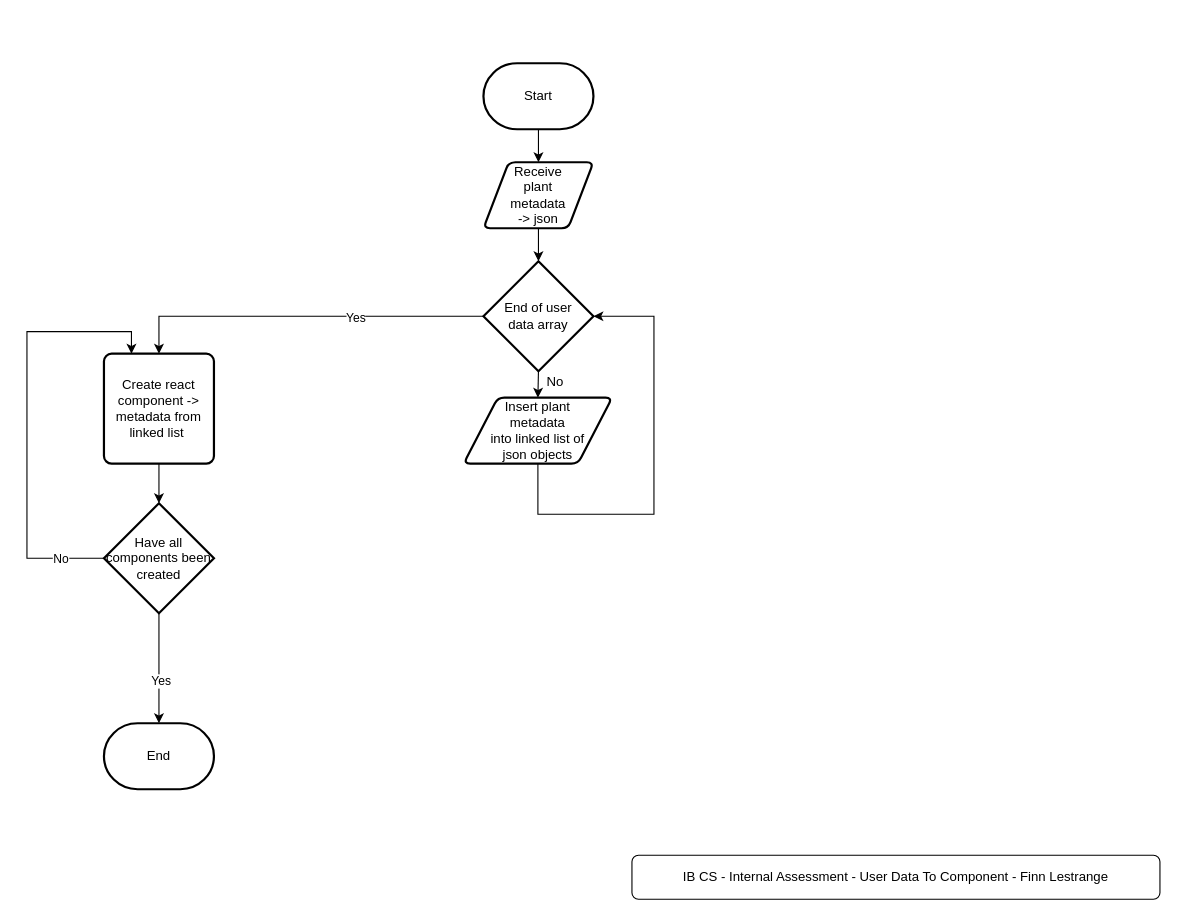
The draw.io diagram Diagrams and Flowcharts/UserDataToComponent.drawio in 71xn/ibcs-ia, before the edit. Source tidied: cells renumbered, new cells numbered last; positions are measured from the earlier drawing's top-left corner, leaving out a move shared by most shapes. Both pictures are drawn from the tidied source at 110%, with x=0, y=0 at pixel (26, 63).
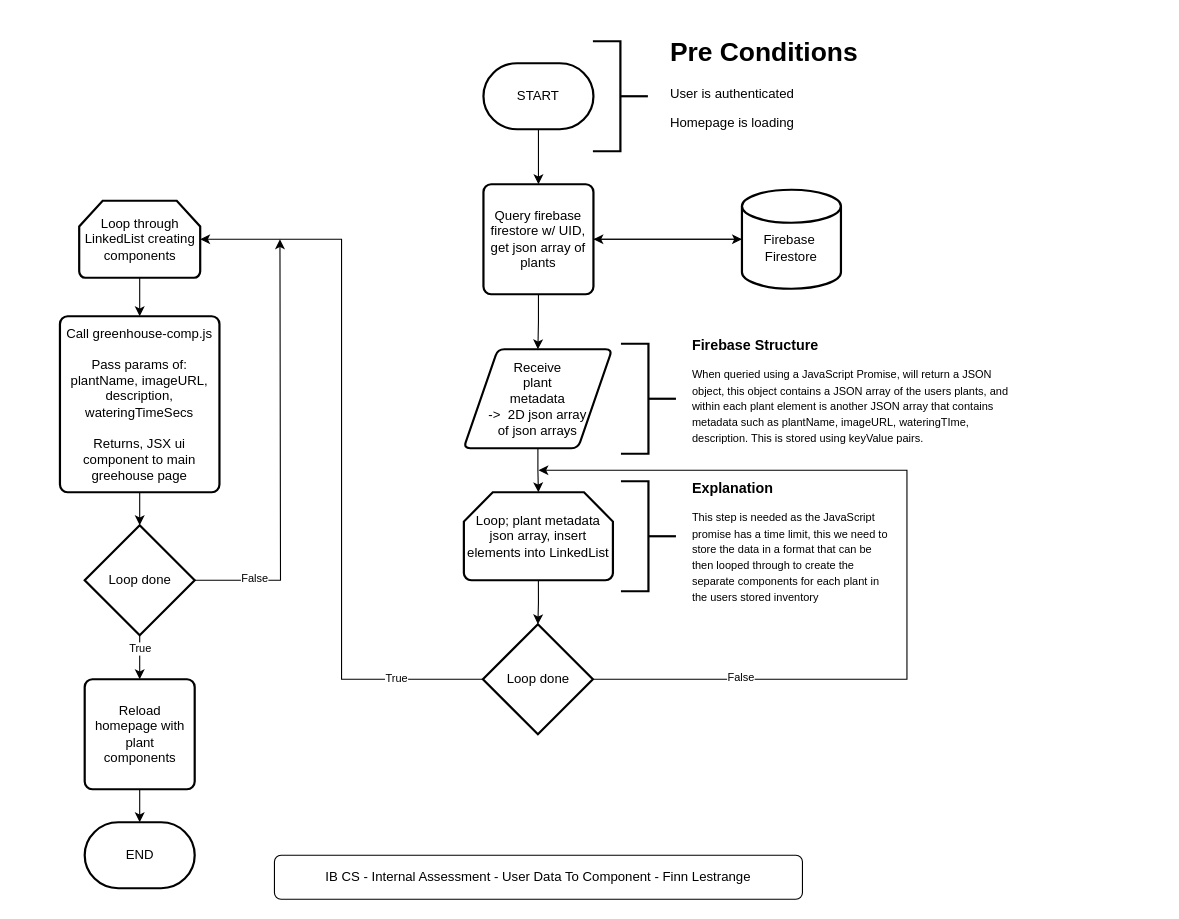
The same page after the edit.

What changed in the source:
```diff
@@
     <mxCell id="2" value="IB CS - Internal Assessment - User Data To Component - Finn Lestrange" style="rounded=1;whiteSpace=wrap;html=1;" parent="1" vertex="1">
-      <mxGeometry x="550" y="720" width="480" height="40" as="geometry" />
+      <mxGeometry x="225" y="720" width="480" height="40" as="geometry" />
     </mxCell>
-    <mxCell id="3" style="edgeStyle=orthogonalEdgeStyle;rounded=0;jettySize=auto;html=1;exitX=0.5;exitY=1;exitDx=0;exitDy=0;exitPerimeter=0;entryX=0.5;entryY=0;entryDx=0;entryDy=0;" parent="1" edge="1" source="4" target="6">
-      <mxGeometry relative="1" as="geometry" />
-    </mxCell>
+    <mxCell id="22" style="edgeStyle=orthogonalEdgeStyle;rounded=0;jettySize=auto;html=1;exitX=0.5;exitY=1;exitDx=0;exitDy=0;exitPerimeter=0;entryX=0.5;entryY=0;entryDx=0;entryDy=0;" parent="1" edge="1" source="4" target="26">
+      <mxGeometry relative="1" as="geometry" />
+    </mxCell>
-    <mxCell id="4" value="Start" style="strokeWidth=2;html=1;shape=mxgraph.flowchart.terminator;whiteSpace=wrap;" parent="1" vertex="1">
+    <mxCell id="4" value="START" style="strokeWidth=2;html=1;shape=mxgraph.flowchart.terminator;whiteSpace=wrap;" parent="1" vertex="1">
       <mxGeometry x="415" width="100" height="60" as="geometry" />
     </mxCell>
-    <mxCell id="5" style="edgeStyle=orthogonalEdgeStyle;rounded=0;jettySize=auto;html=1;exitX=0.5;exitY=1;exitDx=0;exitDy=0;entryX=0.5;entryY=0;entryDx=0;entryDy=0;entryPerimeter=0;" parent="1" edge="1" source="6" target="10">
-      <mxGeometry relative="1" as="geometry" />
-    </mxCell>
+    <mxCell id="23" style="edgeStyle=orthogonalEdgeStyle;rounded=0;jettySize=auto;html=1;exitX=0.5;exitY=1;exitDx=0;exitDy=0;entryX=0.5;entryY=0;entryDx=0;entryDy=0;entryPerimeter=0;" parent="1" edge="1" source="6" target="30">
+      <mxGeometry relative="1" as="geometry" />
+    </mxCell>
-    <mxCell id="6" value="Receive&lt;br&gt;plant &lt;br&gt;metadata&lt;br&gt;-&amp;gt; json" style="shape=parallelogram;html=1;strokeWidth=2;perimeter=parallelogramPerimeter;whiteSpace=wrap;rounded=1;arcSize=12;size=0.23;" parent="1" vertex="1">
-      <mxGeometry x="415" y="90" width="100" height="60" as="geometry" />
+    <mxCell id="6" value="Receive&lt;br&gt;plant &lt;br&gt;metadata&lt;br&gt;-&amp;gt;&amp;nbsp; 2D json array &lt;br&gt;of json arrays" style="shape=parallelogram;html=1;strokeWidth=2;perimeter=parallelogramPerimeter;whiteSpace=wrap;rounded=1;arcSize=12;size=0.23;" parent="1" vertex="1">
+      <mxGeometry x="397" y="260" width="135" height="90" as="geometry" />
     </mxCell>
-    <mxCell id="7" style="edgeStyle=orthogonalEdgeStyle;rounded=0;jettySize=auto;html=1;exitX=0;exitY=0.5;exitDx=0;exitDy=0;exitPerimeter=0;entryX=0.5;entryY=0;entryDx=0;entryDy=0;" parent="1" edge="1" source="10" target="16">
-      <mxGeometry relative="1" as="geometry" />
-    </mxCell>
-    <mxCell id="8" value="Yes" style="edgeLabel;html=1;align=center;verticalAlign=middle;" parent="7" vertex="1">
-      <mxGeometry x="-0.29" y="1" relative="1" as="geometry" />
-    </mxCell>
-    <mxCell id="9" style="edgeStyle=orthogonalEdgeStyle;rounded=0;jettySize=auto;html=1;exitX=0.5;exitY=1;exitDx=0;exitDy=0;exitPerimeter=0;entryX=0.5;entryY=0;entryDx=0;entryDy=0;" parent="1" edge="1" source="10" target="13">
-      <mxGeometry relative="1" as="geometry" />
-    </mxCell>
-    <mxCell id="10" value="End of user &lt;br&gt;data array" style="strokeWidth=2;html=1;shape=mxgraph.flowchart.decision;whiteSpace=wrap;" parent="1" vertex="1">
-      <mxGeometry x="415" y="180" width="100" height="100" as="geometry" />
-    </mxCell>
-    <mxCell id="11" value="End" style="strokeWidth=2;html=1;shape=mxgraph.flowchart.terminator;whiteSpace=wrap;" parent="1" vertex="1">
-      <mxGeometry x="70" y="600" width="100" height="60" as="geometry" />
-    </mxCell>
-    <mxCell id="12" style="edgeStyle=orthogonalEdgeStyle;rounded=0;jettySize=auto;html=1;exitX=0.5;exitY=1;exitDx=0;exitDy=0;entryX=1;entryY=0.5;entryDx=0;entryDy=0;entryPerimeter=0;" parent="1" edge="1" source="13" target="10">
-      <mxGeometry relative="1" as="geometry">
-        <Array as="points">
-          <mxPoint x="465" y="410" />
-          <mxPoint x="570" y="410" />
-          <mxPoint x="570" y="230" />
-        </Array>
-      </mxGeometry>
-    </mxCell>
-    <mxCell id="13" value="Insert plant &lt;br&gt;metadata&lt;br&gt;into linked list of &lt;br&gt;json objects" style="shape=parallelogram;html=1;strokeWidth=2;perimeter=parallelogramPerimeter;whiteSpace=wrap;rounded=1;arcSize=12;size=0.23;" parent="1" vertex="1">
-      <mxGeometry x="397" y="304" width="135" height="60" as="geometry" />
-    </mxCell>
-    <mxCell id="14" value="No" style="text;html=1;align=center;verticalAlign=middle;strokeColor=none;fillColor=none;" parent="1" vertex="1">
-      <mxGeometry x="465" y="280" width="30" height="20" as="geometry" />
-    </mxCell>
-    <mxCell id="15" style="edgeStyle=orthogonalEdgeStyle;rounded=0;jettySize=auto;html=1;exitX=0.5;exitY=1;exitDx=0;exitDy=0;entryX=0.5;entryY=0;entryDx=0;entryDy=0;entryPerimeter=0;" parent="1" edge="1" source="16" target="21">
-      <mxGeometry relative="1" as="geometry" />
-    </mxCell>
-    <mxCell id="16" value="Create react component -&amp;gt; metadata from linked list&amp;nbsp;" style="rounded=1;whiteSpace=wrap;html=1;absoluteArcSize=1;arcSize=14;strokeWidth=2;" parent="1" vertex="1">
-      <mxGeometry x="70" y="264" width="100" height="100" as="geometry" />
-    </mxCell>
-    <mxCell id="17" style="edgeStyle=orthogonalEdgeStyle;rounded=0;jettySize=auto;html=1;exitX=0;exitY=0.5;exitDx=0;exitDy=0;exitPerimeter=0;entryX=0.25;entryY=0;entryDx=0;entryDy=0;" parent="1" edge="1" source="21" target="16">
-      <mxGeometry relative="1" as="geometry">
-        <Array as="points">
-          <mxPoint y="450" />
-          <mxPoint y="244" />
-          <mxPoint x="95" y="244" />
-        </Array>
-      </mxGeometry>
-    </mxCell>
-    <mxCell id="18" value="No" style="edgeLabel;html=1;align=center;verticalAlign=middle;" parent="17" vertex="1">
-      <mxGeometry x="-0.42" relative="1" as="geometry">
-        <mxPoint x="30" y="43" as="offset" />
-      </mxGeometry>
-    </mxCell>
-    <mxCell id="19" style="edgeStyle=orthogonalEdgeStyle;rounded=0;jettySize=auto;html=1;exitX=0.5;exitY=1;exitDx=0;exitDy=0;exitPerimeter=0;" parent="1" edge="1" source="21">
-      <mxGeometry relative="1" as="geometry">
-        <mxPoint x="120" y="600" as="targetPoint" />
-      </mxGeometry>
-    </mxCell>
-    <mxCell id="20" value="Yes" style="edgeLabel;html=1;align=center;verticalAlign=middle;" parent="19" vertex="1">
-      <mxGeometry x="0.24" y="1" relative="1" as="geometry" />
-    </mxCell>
-    <mxCell id="21" value="Have all components been&lt;br&gt;created" style="strokeWidth=2;html=1;shape=mxgraph.flowchart.decision;whiteSpace=wrap;" parent="1" vertex="1">
-      <mxGeometry x="70" y="400" width="100" height="100" as="geometry" />
-    </mxCell>
+    <mxCell id="24" style="edgeStyle=orthogonalEdgeStyle;rounded=0;jettySize=auto;html=1;exitX=1;exitY=0.5;exitDx=0;exitDy=0;entryX=0;entryY=0.5;entryDx=0;entryDy=0;entryPerimeter=0;" parent="1" edge="1" source="26" target="28">
+      <mxGeometry relative="1" as="geometry" />
+    </mxCell>
+    <mxCell id="25" style="edgeStyle=orthogonalEdgeStyle;rounded=0;jettySize=auto;html=1;exitX=0.5;exitY=1;exitDx=0;exitDy=0;entryX=0.5;entryY=0;entryDx=0;entryDy=0;" parent="1" edge="1" source="26" target="6">
+      <mxGeometry relative="1" as="geometry" />
+    </mxCell>
+    <mxCell id="26" value="Query firebase firestore w/ UID, get json array of plants" style="rounded=1;whiteSpace=wrap;html=1;absoluteArcSize=1;arcSize=14;strokeWidth=2;" parent="1" vertex="1">
+      <mxGeometry x="415" y="110" width="100" height="100" as="geometry" />
+    </mxCell>
+    <mxCell id="27" style="edgeStyle=orthogonalEdgeStyle;rounded=0;jettySize=auto;html=1;exitX=0;exitY=0.5;exitDx=0;exitDy=0;exitPerimeter=0;entryX=1;entryY=0.5;entryDx=0;entryDy=0;" parent="1" edge="1" source="28" target="26">
+      <mxGeometry relative="1" as="geometry" />
+    </mxCell>
+    <mxCell id="28" value="Firebase&amp;nbsp;&lt;br&gt;Firestore" style="strokeWidth=2;html=1;shape=mxgraph.flowchart.database;whiteSpace=wrap;spacingTop=15;" parent="1" vertex="1">
+      <mxGeometry x="650" y="115" width="90" height="90" as="geometry" />
+    </mxCell>
+    <mxCell id="29" style="edgeStyle=orthogonalEdgeStyle;rounded=0;jettySize=auto;html=1;exitX=0.5;exitY=1;exitDx=0;exitDy=0;exitPerimeter=0;entryX=0.5;entryY=0;entryDx=0;entryDy=0;entryPerimeter=0;" parent="1" edge="1" source="30" target="35">
+      <mxGeometry relative="1" as="geometry" />
+    </mxCell>
+    <mxCell id="30" value="Loop; plant metadata json array, insert elements into LinkedList" style="strokeWidth=2;html=1;shape=mxgraph.flowchart.loop_limit;whiteSpace=wrap;" parent="1" vertex="1">
+      <mxGeometry x="397.2" y="390" width="135.5" height="80" as="geometry" />
+    </mxCell>
+    <mxCell id="31" style="edgeStyle=orthogonalEdgeStyle;rounded=0;jettySize=auto;html=1;exitX=0;exitY=0.5;exitDx=0;exitDy=0;exitPerimeter=0;entryX=1;entryY=0.5;entryDx=0;entryDy=0;entryPerimeter=0;" parent="1" edge="1" source="35" target="39">
+      <mxGeometry relative="1" as="geometry" />
+    </mxCell>
+    <mxCell id="32" value="True" style="edgeLabel;html=1;align=center;verticalAlign=middle;fontSize=10;" parent="31" vertex="1">
+      <mxGeometry x="-0.76" y="-2" relative="1" as="geometry" />
+    </mxCell>
+    <mxCell id="33" style="edgeStyle=orthogonalEdgeStyle;rounded=0;jettySize=auto;html=1;exitX=1;exitY=0.5;exitDx=0;exitDy=0;exitPerimeter=0;" parent="1" edge="1" source="35">
+      <mxGeometry relative="1" as="geometry">
+        <mxPoint x="465" y="370" as="targetPoint" />
+        <Array as="points">
+          <mxPoint x="800" y="560" />
+          <mxPoint x="800" y="370" />
+        </Array>
+      </mxGeometry>
+    </mxCell>
+    <mxCell id="34" value="False" style="edgeLabel;html=1;align=center;verticalAlign=middle;fontSize=10;" parent="33" vertex="1">
+      <mxGeometry x="-0.67" y="3" relative="1" as="geometry" />
+    </mxCell>
+    <mxCell id="35" value="Loop done" style="strokeWidth=2;html=1;shape=mxgraph.flowchart.decision;whiteSpace=wrap;" parent="1" vertex="1">
+      <mxGeometry x="414.5" y="510" width="100" height="100" as="geometry" />
+    </mxCell>
+    <mxCell id="36" style="edgeStyle=orthogonalEdgeStyle;rounded=0;jettySize=auto;html=1;exitX=0.5;exitY=1;exitDx=0;exitDy=0;entryX=0.5;entryY=0;entryDx=0;entryDy=0;entryPerimeter=0;" parent="1" edge="1" source="37" target="45">
+      <mxGeometry relative="1" as="geometry" />
+    </mxCell>
+    <mxCell id="37" value="Call greenhouse-comp.js&lt;br&gt;&lt;br&gt;Pass params of:&lt;br&gt;plantName, imageURL,&lt;br&gt;description,&lt;br&gt;wateringTimeSecs&lt;br&gt;&lt;br&gt;Returns, JSX ui component to main greehouse page" style="rounded=1;whiteSpace=wrap;html=1;absoluteArcSize=1;arcSize=14;strokeWidth=2;" parent="1" vertex="1">
+      <mxGeometry x="30" y="230" width="145" height="160" as="geometry" />
+    </mxCell>
+    <mxCell id="38" style="edgeStyle=orthogonalEdgeStyle;rounded=0;jettySize=auto;html=1;exitX=0.5;exitY=1;exitDx=0;exitDy=0;exitPerimeter=0;entryX=0.5;entryY=0;entryDx=0;entryDy=0;" parent="1" edge="1" source="39" target="37">
+      <mxGeometry relative="1" as="geometry" />
+    </mxCell>
+    <mxCell id="39" value="Loop through LinkedList creating components" style="strokeWidth=2;html=1;shape=mxgraph.flowchart.loop_limit;whiteSpace=wrap;" parent="1" vertex="1">
+      <mxGeometry x="47.5" y="125" width="110" height="70" as="geometry" />
+    </mxCell>
+    <mxCell id="40" style="strokeWidth=2;html=1;shape=mxgraph.flowchart.annotation_2;align=left;labelPosition=right;rotation=-180;" parent="1" vertex="1">
+      <mxGeometry x="540" y="380" width="50" height="100" as="geometry" />
+    </mxCell>
+    <mxCell id="41" style="edgeStyle=orthogonalEdgeStyle;rounded=0;jettySize=auto;html=1;exitX=0.5;exitY=1;exitDx=0;exitDy=0;exitPerimeter=0;entryX=0.5;entryY=0;entryDx=0;entryDy=0;" parent="1" edge="1" source="45" target="47">
+      <mxGeometry relative="1" as="geometry" />
+    </mxCell>
+    <mxCell id="42" value="True" style="edgeLabel;html=1;align=center;verticalAlign=middle;fontSize=10;" parent="41" vertex="1">
+      <mxGeometry x="-0.44" relative="1" as="geometry" />
+    </mxCell>
+    <mxCell id="43" style="edgeStyle=orthogonalEdgeStyle;rounded=0;jettySize=auto;html=1;exitX=1;exitY=0.5;exitDx=0;exitDy=0;exitPerimeter=0;" parent="1" edge="1" source="45">
+      <mxGeometry relative="1" as="geometry">
+        <mxPoint x="230" y="160" as="targetPoint" />
+      </mxGeometry>
+    </mxCell>
+    <mxCell id="44" value="False" style="edgeLabel;html=1;align=center;verticalAlign=middle;fontSize=10;" parent="43" vertex="1">
+      <mxGeometry x="-0.72" y="3" relative="1" as="geometry" />
+    </mxCell>
+    <mxCell id="45" value="Loop done" style="strokeWidth=2;html=1;shape=mxgraph.flowchart.decision;whiteSpace=wrap;" parent="1" vertex="1">
+      <mxGeometry x="52.5" y="420" width="100" height="100" as="geometry" />
+    </mxCell>
+    <mxCell id="46" style="edgeStyle=orthogonalEdgeStyle;rounded=0;jettySize=auto;html=1;exitX=0.5;exitY=1;exitDx=0;exitDy=0;entryX=0.5;entryY=0;entryDx=0;entryDy=0;entryPerimeter=0;" parent="1" edge="1" source="47" target="48">
+      <mxGeometry relative="1" as="geometry" />
+    </mxCell>
+    <mxCell id="47" value="Reload homepage with plant &lt;br&gt;components" style="rounded=1;whiteSpace=wrap;html=1;absoluteArcSize=1;arcSize=14;strokeWidth=2;" parent="1" vertex="1">
+      <mxGeometry x="52.5" y="560" width="100" height="100" as="geometry" />
+    </mxCell>
+    <mxCell id="48" value="END" style="strokeWidth=2;html=1;shape=mxgraph.flowchart.terminator;whiteSpace=wrap;" parent="1" vertex="1">
+      <mxGeometry x="52.5" y="690" width="100" height="60" as="geometry" />
+    </mxCell>
+    <mxCell id="49" style="strokeWidth=2;html=1;shape=mxgraph.flowchart.annotation_2;align=left;labelPosition=right;rotation=-180;" parent="1" vertex="1">
+      <mxGeometry x="514.5" y="-20" width="50" height="100" as="geometry" />
+    </mxCell>
+    <mxCell id="50" style="strokeWidth=2;html=1;shape=mxgraph.flowchart.annotation_2;align=left;labelPosition=right;rotation=-180;" parent="1" vertex="1">
+      <mxGeometry x="540" y="255" width="50" height="100" as="geometry" />
+    </mxCell>
+    <mxCell id="51" value="&lt;h1&gt;Pre Conditions&lt;/h1&gt;&lt;p&gt;User is authenticated&lt;/p&gt;&lt;p&gt;Homepage is loading&lt;/p&gt;" style="text;html=1;strokeColor=none;fillColor=none;spacing=5;spacingTop=-20;whiteSpace=wrap;overflow=hidden;rounded=0;" parent="1" vertex="1">
+      <mxGeometry x="580" y="-30" width="190" height="120" as="geometry" />
+    </mxCell>
+    <mxCell id="52" value="&lt;h1 style=&quot;font-size: 13px&quot;&gt;&lt;font style=&quot;font-size: 13px&quot;&gt;Firebase Structure&lt;/font&gt;&lt;/h1&gt;&lt;p&gt;&lt;span style=&quot;font-size: 10px&quot;&gt;When queried using a JavaScript Promise, will return a JSON object, this object contains a JSON array of the users plants, and within each plant element is another JSON array that contains metadata such as plantName, imageURL, wateringTIme, description. This is stored using keyValue pairs.&lt;/span&gt;&lt;span style=&quot;font-size: 10px&quot;&gt;&amp;nbsp;&amp;nbsp;&lt;/span&gt;&lt;/p&gt;" style="text;html=1;strokeColor=none;fillColor=none;spacing=5;spacingTop=-20;whiteSpace=wrap;overflow=hidden;rounded=0;" parent="1" vertex="1">
+      <mxGeometry x="600" y="250" width="310" height="120" as="geometry" />
+    </mxCell>
+    <mxCell id="53" value="&lt;h1 style=&quot;font-size: 13px&quot;&gt;Explanation&lt;/h1&gt;&lt;p&gt;&lt;span style=&quot;font-size: 10px&quot;&gt;This step is needed as the JavaScript promise has a time limit, this we need to store the data in a format that can be then looped through to create the separate components for each plant in the users stored inventory&amp;nbsp;&lt;/span&gt;&lt;/p&gt;" style="text;html=1;strokeColor=none;fillColor=none;spacing=5;spacingTop=-20;whiteSpace=wrap;overflow=hidden;rounded=0;" parent="1" vertex="1">
+      <mxGeometry x="600" y="380" width="190" height="150" as="geometry" />
+    </mxCell>
```
